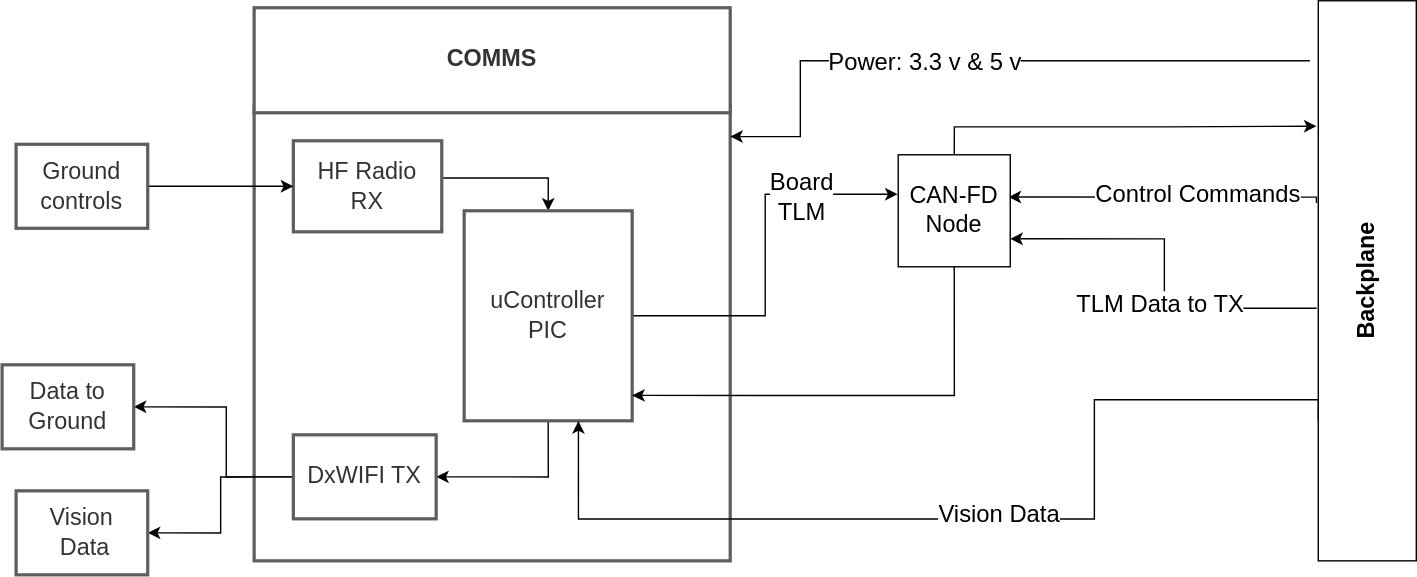
Earlier version of the draw.io export COMMS/COMMS_level1.drawio.svg (coloradocube/balloonsat-bus). Source tidied: cells renumbered, new cells last; positions are measured from the earlier drawing's top-left corner, leaving out a move shared by most shapes.
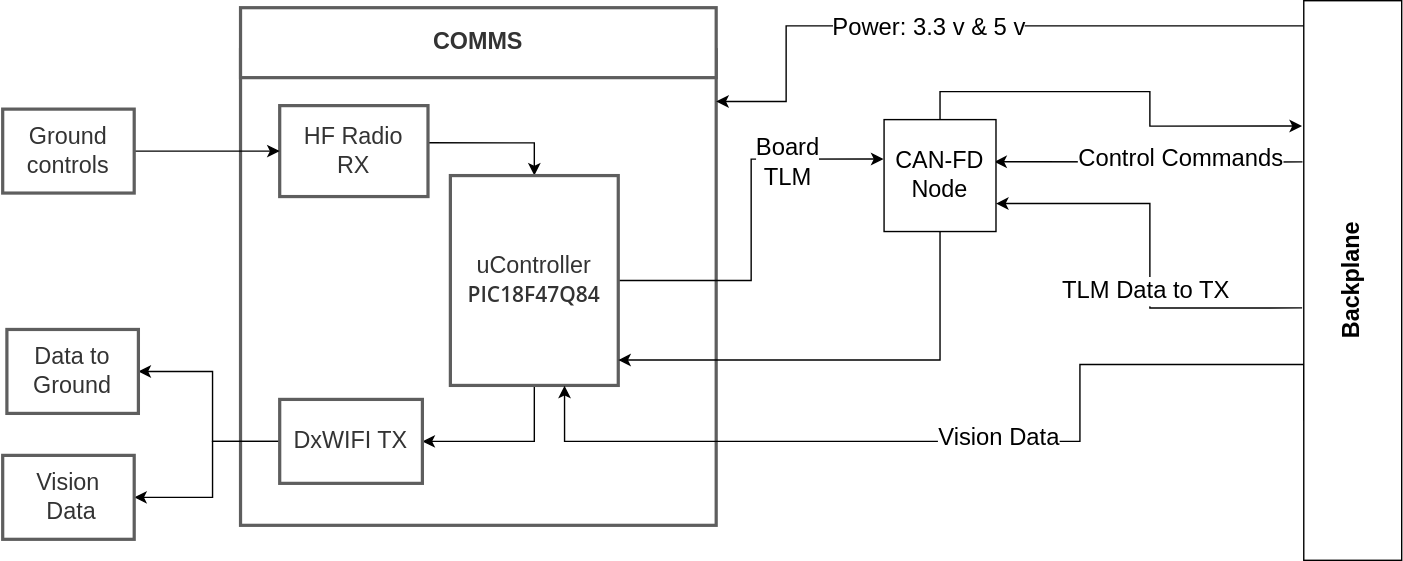
The same file after the commit.

Diff of the diagram source:
```diff
@@ -3,10 +3,10 @@
     <mxCell id="0" />
     <mxCell id="1" parent="0" />
     <mxCell id="2" style="html=1;overflow=block;blockSpacing=1;whiteSpace=wrap;whiteSpace=wrap;fontSize=16.7;fontColor=#333333;spacing=3.8;strokeColor=#5e5e5e;strokeOpacity=100;absoluteArcSize=1;arcSize=9;strokeWidth=2.3;" parent="1" vertex="1">
-      <mxGeometry x="180" y="75" width="340" height="325" as="geometry" />
+      <mxGeometry x="180" y="60" width="340" height="340" as="geometry" />
     </mxCell>
     <mxCell id="3" value="&lt;b&gt;COMMS&lt;/b&gt;" style="html=1;overflow=block;blockSpacing=1;whiteSpace=wrap;whiteSpace=wrap;fontSize=16.7;fontColor=#333333;spacing=9;strokeColor=#5e5e5e;strokeOpacity=100;absoluteArcSize=1;arcSize=9;strokeWidth=2.3;" parent="1" vertex="1">
-      <mxGeometry x="180" y="5" width="340" height="75" as="geometry" />
+      <mxGeometry x="180" y="30" width="340" height="50" as="geometry" />
     </mxCell>
     <mxCell id="4" style="edgeStyle=orthogonalEdgeStyle;rounded=0;jettySize=auto;html=1;exitX=0.992;exitY=0.409;exitDx=0;exitDy=0;entryX=0.5;entryY=0;entryDx=0;entryDy=0;fontFamily=Helvetica;fontSize=17;exitPerimeter=0;" parent="1" edge="1" source="5" target="9">
       <mxGeometry relative="1" as="geometry" />
@@ -25,7 +25,7 @@
     <mxCell id="8" style="edgeStyle=orthogonalEdgeStyle;rounded=0;jettySize=auto;html=1;exitX=0.5;exitY=1;exitDx=0;exitDy=0;entryX=1;entryY=0.5;entryDx=0;entryDy=0;fontFamily=Helvetica;fontSize=17;" parent="1" edge="1" source="9" target="12">
       <mxGeometry relative="1" as="geometry" />
     </mxCell>
-    <mxCell id="9" value="uController&lt;br&gt;PIC" style="html=1;overflow=block;blockSpacing=1;whiteSpace=wrap;whiteSpace=wrap;fontSize=16.7;fontColor=#333333;spacing=9;strokeColor=#5e5e5e;strokeOpacity=100;absoluteArcSize=1;arcSize=9;strokeWidth=2.3;" parent="1" vertex="1">
+    <mxCell id="9" value="uController&lt;br&gt;&lt;span style=&quot;color: rgba(0 , 0 , 0 , 0.8) ; font-family: &amp;#34;open sans&amp;#34; , sans-serif ; font-size: 15px ; font-weight: 600 ; text-align: left ; background-color: rgb(255 , 255 , 255)&quot;&gt;PIC18F47Q84&lt;/span&gt;" style="html=1;overflow=block;blockSpacing=1;whiteSpace=wrap;whiteSpace=wrap;fontSize=16.7;fontColor=#333333;spacing=9;strokeColor=#5e5e5e;strokeOpacity=100;absoluteArcSize=1;arcSize=9;strokeWidth=2.3;" parent="1" vertex="1">
       <mxGeometry x="330" y="150" width="120" height="150" as="geometry" />
     </mxCell>
     <mxCell id="10" style="edgeStyle=orthogonalEdgeStyle;rounded=0;jettySize=auto;html=1;exitX=0;exitY=0.5;exitDx=0;exitDy=0;entryX=1;entryY=0.5;entryDx=0;entryDy=0;fontFamily=Helvetica;fontSize=17;" parent="1" edge="1" source="12" target="13">
@@ -37,18 +37,24 @@
       </mxGeometry>
     </mxCell>
     <mxCell id="11" style="edgeStyle=orthogonalEdgeStyle;rounded=0;jettySize=auto;html=1;exitX=0;exitY=0.5;exitDx=0;exitDy=0;entryX=1;entryY=0.5;entryDx=0;entryDy=0;fontFamily=Helvetica;fontSize=17;" parent="1" edge="1" source="12" target="28">
-      <mxGeometry relative="1" as="geometry" />
+      <mxGeometry relative="1" as="geometry">
+        <Array as="points">
+          <mxPoint x="160" y="340" />
+          <mxPoint x="160" y="380" />
+        </Array>
+      </mxGeometry>
     </mxCell>
     <mxCell id="12" value="DxWIFI TX" style="html=1;overflow=block;blockSpacing=1;whiteSpace=wrap;whiteSpace=wrap;fontSize=16.7;fontColor=#333333;spacing=9;strokeColor=#5e5e5e;strokeOpacity=100;absoluteArcSize=1;arcSize=9;strokeWidth=2.3;" parent="1" vertex="1">
       <mxGeometry x="208" y="310" width="102" height="60" as="geometry" />
     </mxCell>
     <mxCell id="13" value="Data to Ground" style="html=1;overflow=block;blockSpacing=1;whiteSpace=wrap;whiteSpace=wrap;fontSize=16.7;fontColor=#333333;spacing=9;strokeColor=#5e5e5e;strokeOpacity=100;absoluteArcSize=1;arcSize=9;strokeWidth=2.3;" parent="1" vertex="1">
-      <mxGeometry y="260" width="94" height="60" as="geometry" />
+      <mxGeometry x="13" y="260" width="94" height="60" as="geometry" />
     </mxCell>
-    <mxCell id="14" style="edgeStyle=orthogonalEdgeStyle;rounded=0;jettySize=auto;html=1;exitX=-0.018;exitY=0.361;exitDx=0;exitDy=0;entryX=0.985;entryY=0.377;entryDx=0;entryDy=0;entryPerimeter=0;exitPerimeter=0;" parent="1" edge="1" source="22" target="27">
+    <mxCell id="14" style="edgeStyle=orthogonalEdgeStyle;rounded=0;jettySize=auto;html=1;exitX=-0.013;exitY=0.288;exitDx=0;exitDy=0;entryX=0.985;entryY=0.377;entryDx=0;entryDy=0;entryPerimeter=0;exitPerimeter=0;" parent="1" edge="1" source="22" target="27">
       <mxGeometry relative="1" as="geometry">
         <Array as="points">
-          <mxPoint x="939" y="140" />
+          <mxPoint x="920" y="140" />
+          <mxPoint x="920" y="140" />
         </Array>
       </mxGeometry>
     </mxCell>
@@ -64,18 +70,20 @@
     <mxCell id="18" style="edgeStyle=orthogonalEdgeStyle;rounded=0;jettySize=auto;html=1;exitX=0;exitY=0.75;exitDx=0;exitDy=0;entryX=0.68;entryY=1.001;entryDx=0;entryDy=0;entryPerimeter=0;fontFamily=Helvetica;fontSize=17;" parent="1" edge="1" source="22" target="9">
       <mxGeometry relative="1" as="geometry">
         <Array as="points">
+          <mxPoint x="940" y="285" />
           <mxPoint x="780" y="285" />
-          <mxPoint x="780" y="370" />
-          <mxPoint x="412" y="370" />
+          <mxPoint x="780" y="340" />
+          <mxPoint x="412" y="340" />
         </Array>
       </mxGeometry>
     </mxCell>
     <mxCell id="19" value="Vision Data" style="edgeLabel;html=1;align=center;verticalAlign=middle;fontSize=17;fontFamily=Helvetica;" parent="18" vertex="1">
       <mxGeometry x="-0.06" y="-3" relative="1" as="geometry" />
     </mxCell>
-    <mxCell id="20" style="edgeStyle=orthogonalEdgeStyle;rounded=0;jettySize=auto;html=1;exitX=-0.085;exitY=0.107;exitDx=0;exitDy=0;fontFamily=Helvetica;fontSize=17;exitPerimeter=0;" parent="1" edge="1" source="22" target="2">
+    <mxCell id="20" style="edgeStyle=orthogonalEdgeStyle;rounded=0;jettySize=auto;html=1;fontFamily=Helvetica;fontSize=17;exitX=0.017;exitY=0.104;exitDx=0;exitDy=0;exitPerimeter=0;" parent="1" edge="1" source="22" target="2">
       <mxGeometry relative="1" as="geometry">
         <Array as="points">
+          <mxPoint x="941" y="43" />
           <mxPoint x="570" y="43" />
           <mxPoint x="570" y="97" />
         </Array>
@@ -85,7 +93,7 @@
       <mxGeometry x="0.18" y="1" relative="1" as="geometry" />
     </mxCell>
     <mxCell id="22" value="&lt;font style=&quot;font-size: 16.7px&quot;&gt;&lt;b&gt;Backplane&lt;/b&gt;&lt;/font&gt;" style="rounded=0;whiteSpace=wrap;html=1;direction=east;horizontal=0;fontSize=16.7;" parent="1" vertex="1">
-      <mxGeometry x="940" width="70" height="400" as="geometry" />
+      <mxGeometry x="940" y="25" width="70" height="400" as="geometry" />
     </mxCell>
     <mxCell id="23" style="edgeStyle=orthogonalEdgeStyle;rounded=0;jettySize=auto;html=1;entryX=0;entryY=0.5;entryDx=0;entryDy=0;fontFamily=Helvetica;fontSize=17;" parent="1" edge="1" source="24" target="5">
       <mxGeometry relative="1" as="geometry" />
```
